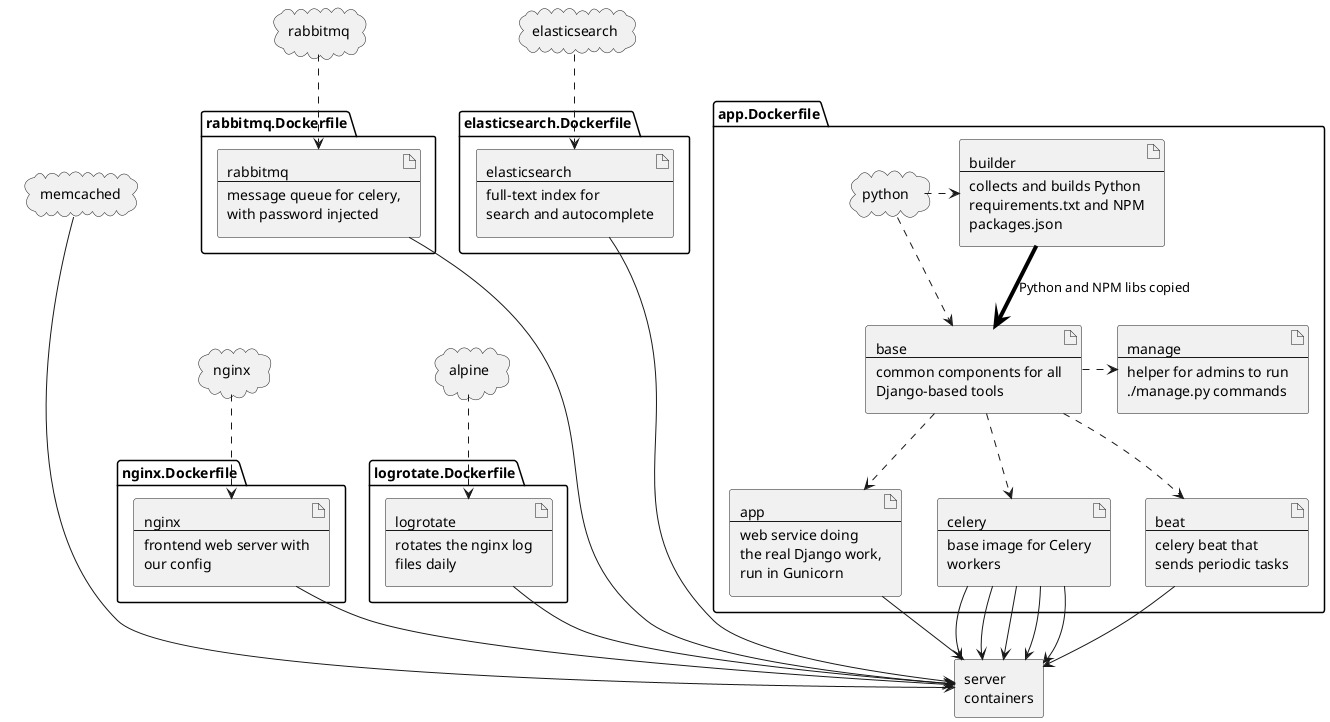
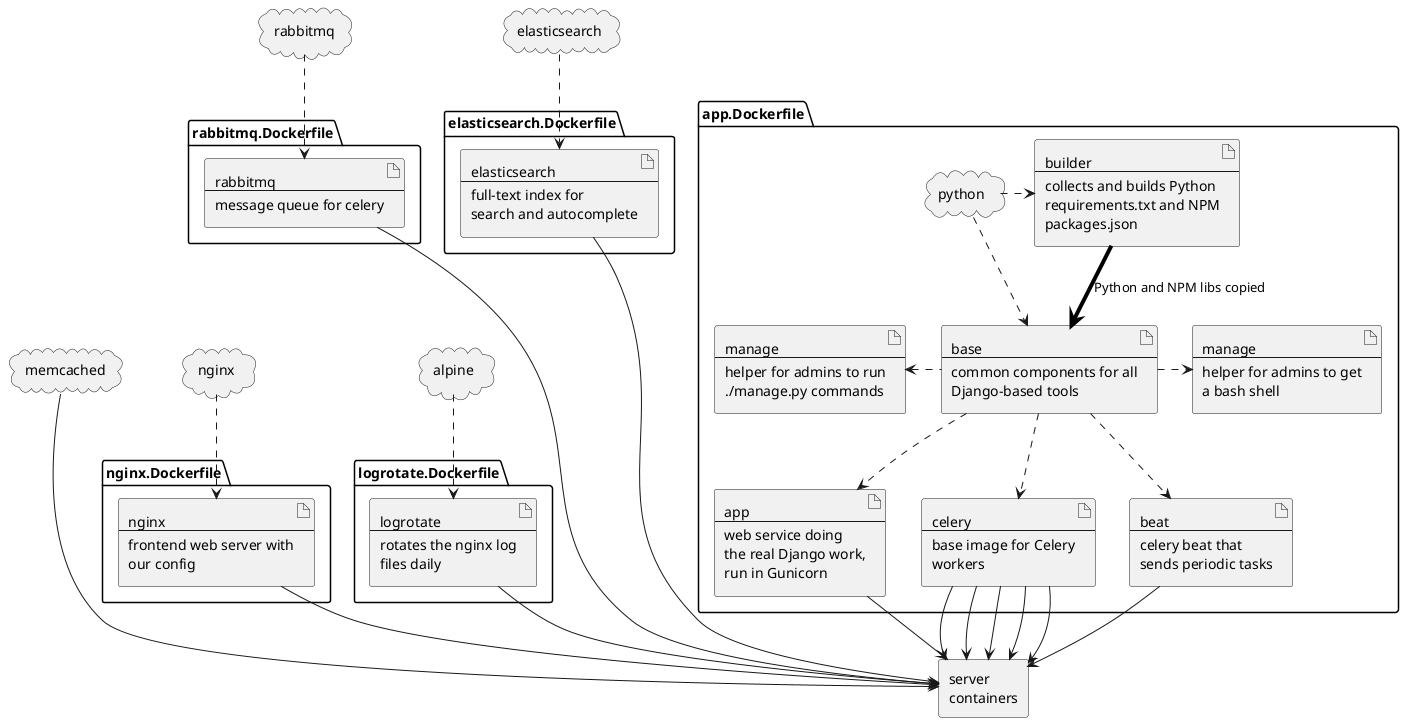
@startuml

package "app.Dockerfile" {

    artifact builder [
        builder
        ----
        collects and builds Python
        requirements.txt and NPM
        packages.json
    ]
    artifact base [
        base
        ----
        common components for all
        Django-based tools
    ]
    artifact app [
        app
        ----
        web service doing
        the real Django work,
        run in Gunicorn
    ]
    artifact celery [
        celery
        ----
        base image for Celery
        workers
    ]
    artifact beat [
        beat
        ----
        celery beat that
        sends periodic tasks
    ]
    artifact manage [
        manage
        ----
        helper for admins to run
        ./manage.py commands
    ]
+     artifact admin [
+         manage
+         ----
+         helper for admins to get
+         a bash shell
+     ]

    builder -[#black,thickness=4]-> base :  Python and NPM libs copied
    base ..> app
    base ..> celery
    base ..> beat
-     base .> manage
+     manage <. base
+     base .> admin

    cloud python
    python .> builder
    python ..> base

}

package "nginx.Dockerfile" {
    artifact nginx [
        nginx
        ----
        frontend web server with
        our config
    ]
}

cloud nginx as nginx_base
nginx_base ..> nginx

package "logrotate.Dockerfile" {
    artifact logrotate [
        logrotate
        ----
        rotates the nginx log
        files daily
    ]
}

cloud alpine
alpine ..> logrotate

package "rabbitmq.Dockerfile" {
    artifact rabbitmq [
        rabbitmq
        ----
-         message queue for celery,
-         with password injected
+         message queue for celery
    ]
}

cloud rabbitmq as rabbitmq_base
rabbitmq_base ..> rabbitmq

package "elasticsearch.Dockerfile" {
    artifact elasticsearch [
        elasticsearch
        ----
        full-text index for
        search and autocomplete
    ]
}

cloud elasticsearch as elasticsearch_base
elasticsearch_base ..> elasticsearch


cloud memcached

agent "server\ncontainers" as server

app --> server
celery --> server
celery --> server
celery --> server
celery --> server
celery --> server
beat --> server
nginx --> server
logrotate --> server
rabbitmq ----> server
elasticsearch ----> server
- memcached ----> server
+ memcached ---> server

@enduml
